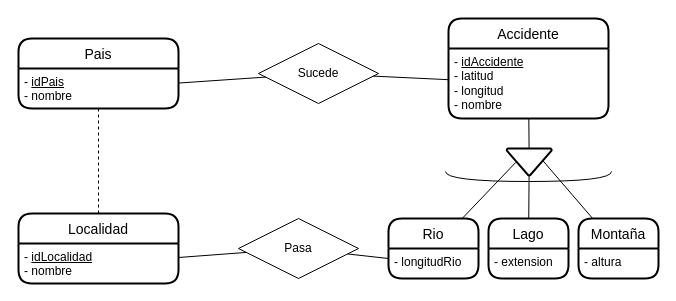
This is ex11.drawio from JuanMarinG/TA12_MYSQL, a draw.io file, before an edit. Source tidied: cells renumbered, new cells numbered last; positions are measured from the earlier drawing's top-left corner, leaving out a move shared by most shapes. Both pictures are drawn from the tidied source at 100%, with x=0, y=0 at pixel (18, 18).
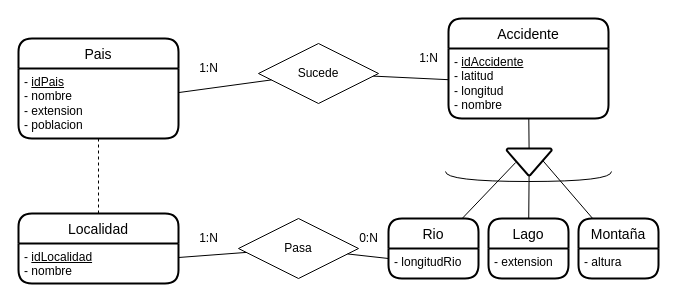
Above is the later version.

What changed in the source:
```diff
@@
     <mxCell id="4" value="Pais" style="swimlane;horizontal=1;startSize=30;rounded=1;fontSize=14;fontStyle=0;strokeWidth=2;shadow=0;dashed=0;align=center;" parent="1" vertex="1">
-      <mxGeometry y="20" width="160" height="70" as="geometry" />
+      <mxGeometry y="20" width="160" height="100" as="geometry" />
     </mxCell>
-    <mxCell id="5" value="- &lt;u&gt;idPais&lt;/u&gt;&lt;br&gt;- nombre" style="align=left;strokeColor=none;fillColor=none;spacingLeft=4;fontSize=12;verticalAlign=top;html=1;" parent="4" vertex="1">
-      <mxGeometry y="30" width="160" height="40" as="geometry" />
+    <mxCell id="5" value="- &lt;u&gt;idPais&lt;/u&gt;&lt;br&gt;&lt;div&gt;- nombre&lt;/div&gt;&lt;div&gt;- extension&lt;/div&gt;&lt;div&gt;- poblacion&lt;br&gt;&lt;/div&gt;" style="align=left;strokeColor=none;fillColor=none;spacingLeft=4;fontSize=12;verticalAlign=top;html=1;" parent="4" vertex="1">
+      <mxGeometry y="30" width="160" height="70" as="geometry" />
     </mxCell>
@@
+    <mxCell id="28" value="1:N" style="text;html=1;align=center;verticalAlign=middle;strokeColor=none;fillColor=none;" parent="1" vertex="1">
+      <mxGeometry x="170" y="35" width="40" height="30" as="geometry" />
+    </mxCell>
+    <mxCell id="29" value="1:N" style="text;html=1;align=center;verticalAlign=middle;strokeColor=none;fillColor=none;" parent="1" vertex="1">
+      <mxGeometry x="390" y="25" width="40" height="30" as="geometry" />
+    </mxCell>
+    <mxCell id="30" value="1:N" style="text;html=1;align=center;verticalAlign=middle;strokeColor=none;fillColor=none;" parent="1" vertex="1">
+      <mxGeometry x="170" y="205" width="40" height="30" as="geometry" />
+    </mxCell>
+    <mxCell id="31" value="0:N" style="text;html=1;align=center;verticalAlign=middle;strokeColor=none;fillColor=none;" parent="1" vertex="1">
+      <mxGeometry x="330" y="205" width="40" height="30" as="geometry" />
+    </mxCell>
```
